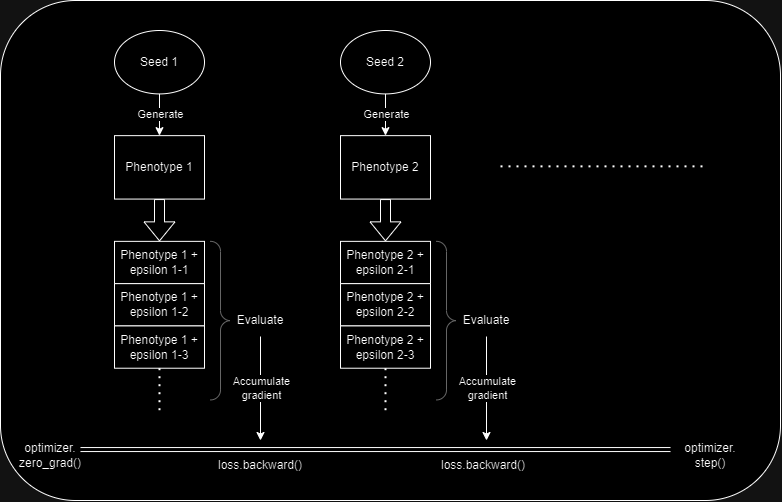
This is diagrams/DeMoCEvo.png from Yeb02/CUDA_DeMoCEvo, a draw.io export, as it was before one commit. Source tidied: cells renumbered, new cells last; positions are measured from the earlier drawing's top-left corner, leaving out a move shared by most shapes.
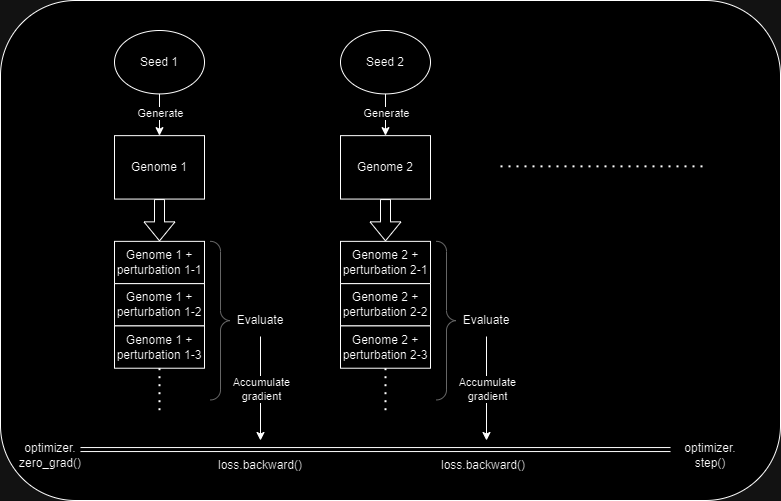
After the change.

Change to the diagram source:
```diff
@@ -28,16 +28,16 @@
     <mxCell id="9" value="Evaluate" style="text;html=1;strokeColor=none;fillColor=none;align=center;verticalAlign=middle;whiteSpace=wrap;rounded=0;" parent="1" vertex="1">
       <mxGeometry x="456" y="304.3" width="60" height="31.7" as="geometry" />
     </mxCell>
-    <mxCell id="10" value="Phenotype 2" style="rounded=0;whiteSpace=wrap;html=1;" parent="1" vertex="1">
+    <mxCell id="10" value="Genome&amp;nbsp;2" style="rounded=0;whiteSpace=wrap;html=1;" parent="1" vertex="1">
       <mxGeometry x="340" y="135.1" width="90" height="63.4" as="geometry" />
     </mxCell>
-    <mxCell id="11" value="Phenotype 2 + epsilon 2-1" style="rounded=0;whiteSpace=wrap;html=1;" parent="1" vertex="1">
+    <mxCell id="11" value="Genome&amp;nbsp;2 + perturbation 2-1" style="rounded=0;whiteSpace=wrap;html=1;" parent="1" vertex="1">
       <mxGeometry x="340" y="240.9" width="90" height="42.3" as="geometry" />
     </mxCell>
-    <mxCell id="12" value="Phenotype 2 + epsilon 2-2" style="rounded=0;whiteSpace=wrap;html=1;" parent="1" vertex="1">
+    <mxCell id="12" value="Genome 2 + perturbation 2-2" style="rounded=0;whiteSpace=wrap;html=1;" parent="1" vertex="1">
       <mxGeometry x="340" y="283.1" width="90" height="42.3" as="geometry" />
     </mxCell>
-    <mxCell id="13" value="Phenotype 2 + epsilon 2-3" style="rounded=0;whiteSpace=wrap;html=1;" parent="1" vertex="1">
+    <mxCell id="13" value="Genome&amp;nbsp;2 + perturbation 2-3" style="rounded=0;whiteSpace=wrap;html=1;" parent="1" vertex="1">
       <mxGeometry x="340" y="325.4" width="90" height="42.3" as="geometry" />
     </mxCell>
     <mxCell id="14" style="shape=flexArrow;endArrow=classic;html=1;rounded=0;exitX=0.5;exitY=1;exitDx=0;exitDy=0;entryX=0.5;entryY=0;entryDx=0;entryDy=0;" parent="1" edge="1" source="10" target="11">
@@ -65,16 +65,16 @@
     <mxCell id="20" value="Evaluate" style="text;html=1;strokeColor=none;fillColor=none;align=center;verticalAlign=middle;whiteSpace=wrap;rounded=0;" parent="16" vertex="1">
       <mxGeometry x="116" y="274.3" width="60" height="31.7" as="geometry" />
     </mxCell>
-    <mxCell id="21" value="Phenotype 1" style="rounded=0;whiteSpace=wrap;html=1;" parent="16" vertex="1">
+    <mxCell id="21" value="Genome 1" style="rounded=0;whiteSpace=wrap;html=1;" parent="16" vertex="1">
       <mxGeometry y="105.1" width="90" height="63.4" as="geometry" />
     </mxCell>
-    <mxCell id="22" value="Phenotype 1 + epsilon 1-1" style="rounded=0;whiteSpace=wrap;html=1;" parent="16" vertex="1">
+    <mxCell id="22" value="Genome&amp;nbsp;1 + perturbation 1-1" style="rounded=0;whiteSpace=wrap;html=1;" parent="16" vertex="1">
       <mxGeometry y="210.9" width="90" height="42.3" as="geometry" />
     </mxCell>
-    <mxCell id="23" value="Phenotype 1 + epsilon 1-2" style="rounded=0;whiteSpace=wrap;html=1;" parent="16" vertex="1">
+    <mxCell id="23" value="Genome&amp;nbsp;1 + perturbation 1-2" style="rounded=0;whiteSpace=wrap;html=1;" parent="16" vertex="1">
       <mxGeometry y="253.1" width="90" height="42.3" as="geometry" />
     </mxCell>
-    <mxCell id="24" value="Phenotype 1 + epsilon 1-3" style="rounded=0;whiteSpace=wrap;html=1;" parent="16" vertex="1">
+    <mxCell id="24" value="Genome&amp;nbsp;1 + perturbation 1-3" style="rounded=0;whiteSpace=wrap;html=1;" parent="16" vertex="1">
       <mxGeometry y="295.4" width="90" height="42.3" as="geometry" />
     </mxCell>
     <mxCell id="25" style="shape=flexArrow;endArrow=classic;html=1;rounded=0;exitX=0.5;exitY=1;exitDx=0;exitDy=0;entryX=0.5;entryY=0;entryDx=0;entryDy=0;" parent="16" edge="1" source="21" target="22">
```
